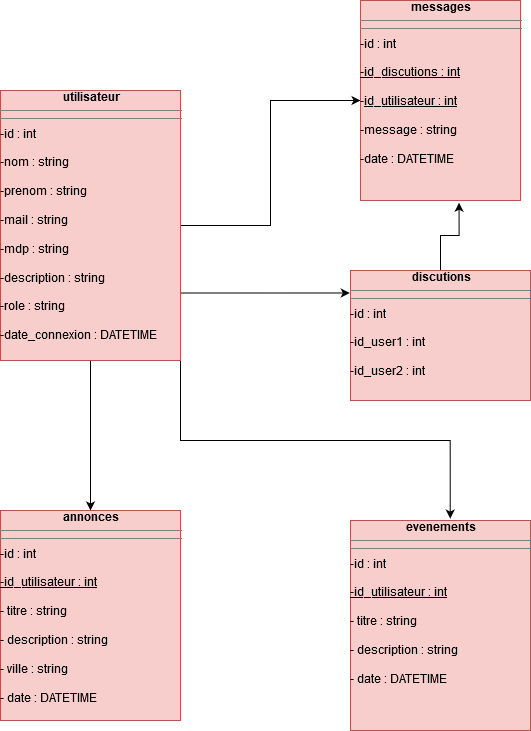
Before: Untitled Diagram.png, a diagram exported from draw.io (Amine372/site-lyc-e). Source tidied: cells renumbered, new cells last; positions are measured from the earlier drawing's top-left corner, leaving out a move shared by most shapes. Source of this version:
```xml
<mxGraphModel>
  <root>
    <mxCell id="0" />
    <mxCell id="1" parent="0" />
    <mxCell id="2" style="edgeStyle=orthogonalEdgeStyle;rounded=0;jettySize=auto;html=1;" parent="1" edge="1" source="6" target="7">
      <mxGeometry relative="1" as="geometry" />
    </mxCell>
    <mxCell id="3" style="edgeStyle=orthogonalEdgeStyle;rounded=0;jettySize=auto;html=1;exitX=1;exitY=0.75;exitDx=0;exitDy=0;entryX=-0.004;entryY=0.173;entryDx=0;entryDy=0;entryPerimeter=0;fontColor=#000000;" parent="1" edge="1" source="6" target="10">
      <mxGeometry relative="1" as="geometry" />
    </mxCell>
    <mxCell id="4" style="edgeStyle=orthogonalEdgeStyle;rounded=0;jettySize=auto;html=1;exitX=0.5;exitY=1;exitDx=0;exitDy=0;entryX=0.5;entryY=0;entryDx=0;entryDy=0;fontColor=#000000;" parent="1" edge="1" source="6" target="8">
      <mxGeometry relative="1" as="geometry" />
    </mxCell>
    <mxCell id="5" style="edgeStyle=orthogonalEdgeStyle;rounded=0;jettySize=auto;html=1;exitX=1;exitY=1;exitDx=0;exitDy=0;entryX=0.554;entryY=-0.009;entryDx=0;entryDy=0;entryPerimeter=0;fontColor=#000000;" parent="1" edge="1" source="6" target="11">
      <mxGeometry relative="1" as="geometry" />
    </mxCell>
    <mxCell id="6" value="&lt;div align=&quot;center&quot;&gt;&lt;b&gt;utilisateur&lt;/b&gt;&lt;/div&gt;&lt;hr size=&quot;1&quot;&gt;&lt;hr size=&quot;1&quot;&gt;&lt;div&gt;-id : int&lt;/div&gt;&lt;div&gt;&lt;br&gt;&lt;/div&gt;&lt;div&gt;-nom : string&lt;/div&gt;&lt;div&gt;&lt;br&gt;&lt;/div&gt;&lt;div&gt;-prenom : string&lt;/div&gt;&lt;div&gt;&lt;br&gt;&lt;/div&gt;&lt;div&gt;-mail : string&lt;/div&gt;&lt;div&gt;&lt;br&gt;&lt;/div&gt;&lt;div&gt;-mdp : string&lt;/div&gt;&lt;div&gt;&lt;br&gt;&lt;/div&gt;&lt;div&gt;-description : string&lt;/div&gt;&lt;div&gt;&lt;br&gt;&lt;/div&gt;&lt;div&gt;-role : string&lt;br&gt;&lt;/div&gt;&lt;div&gt;&lt;br&gt;&lt;/div&gt;&lt;div&gt;-date_connexion : DATETIME&lt;br&gt;&lt;/div&gt;&lt;div&gt;&lt;br&gt;&lt;/div&gt;&lt;div&gt;&lt;br&gt;&lt;/div&gt;" style="verticalAlign=top;align=left;overflow=fill;fontSize=12;fontFamily=Helvetica;html=1;fillColor=#f8cecc;strokeColor=#b85450;" parent="1" vertex="1">
      <mxGeometry y="90" width="180" height="270" as="geometry" />
    </mxCell>
    <mxCell id="7" value="&lt;div align=&quot;center&quot;&gt;&lt;b&gt;messages&lt;/b&gt;&lt;/div&gt;&lt;hr size=&quot;1&quot;&gt;&lt;hr size=&quot;1&quot;&gt;&lt;div&gt;-id : int&lt;/div&gt;&lt;div&gt;&lt;br&gt;&lt;/div&gt;&lt;div&gt;&lt;u&gt;-id_discutions : int&lt;/u&gt;&lt;br&gt;&lt;/div&gt;&lt;div&gt;&lt;br&gt;&lt;/div&gt;&lt;div&gt;-&lt;u&gt;id_utilisateur : int&lt;/u&gt;&lt;br&gt;&lt;/div&gt;&lt;div&gt;&lt;br&gt;&lt;/div&gt;&lt;div&gt;-message : string&lt;/div&gt;&lt;div&gt;&lt;br&gt;&lt;/div&gt;&lt;div&gt;-date : DATETIME&lt;/div&gt;&lt;div&gt;&lt;br&gt;&lt;/div&gt;&lt;div&gt;&lt;br&gt;&lt;/div&gt;" style="verticalAlign=top;align=left;overflow=fill;fontSize=12;fontFamily=Helvetica;html=1;fillColor=#f8cecc;strokeColor=#b85450;" parent="1" vertex="1">
      <mxGeometry x="360" width="160" height="200" as="geometry" />
    </mxCell>
    <mxCell id="8" value="&lt;div align=&quot;center&quot;&gt;&lt;b&gt;annonces&lt;/b&gt;&lt;/div&gt;&lt;hr size=&quot;1&quot;&gt;&lt;hr size=&quot;1&quot;&gt;&lt;div&gt;-id : int&lt;/div&gt;&lt;div&gt;&lt;br&gt;&lt;/div&gt;&lt;div&gt;&lt;u&gt;-id_utilisateur : int&lt;/u&gt;&lt;br&gt;&lt;/div&gt;&lt;div&gt;&lt;br&gt;&lt;/div&gt;&lt;div&gt;- titre : string&lt;br&gt;&lt;/div&gt;&lt;div&gt;&lt;br&gt;&lt;/div&gt;&lt;div&gt;- description : string&lt;/div&gt;&lt;div&gt;&lt;br&gt;&lt;/div&gt;&lt;div&gt;- ville : string&lt;br&gt;&lt;/div&gt;&lt;div&gt;&lt;br&gt;&lt;/div&gt;&lt;div&gt;- date : DATETIME&lt;br&gt;&lt;/div&gt;&lt;div&gt;&lt;br&gt;&lt;/div&gt;&lt;div&gt;&lt;br&gt;&lt;/div&gt;" style="verticalAlign=top;align=left;overflow=fill;fontSize=12;fontFamily=Helvetica;html=1;fillColor=#f8cecc;strokeColor=#b85450;" parent="1" vertex="1">
      <mxGeometry y="510" width="180" height="210" as="geometry" />
    </mxCell>
    <mxCell id="9" style="edgeStyle=orthogonalEdgeStyle;rounded=0;jettySize=auto;html=1;exitX=0.5;exitY=0;exitDx=0;exitDy=0;entryX=0.616;entryY=1.011;entryDx=0;entryDy=0;entryPerimeter=0;fontColor=#000000;" parent="1" edge="1" source="10" target="7">
      <mxGeometry relative="1" as="geometry" />
    </mxCell>
    <mxCell id="10" value="&lt;div align=&quot;center&quot;&gt;&lt;b&gt;discutions&lt;/b&gt;&lt;/div&gt;&lt;hr size=&quot;1&quot;&gt;&lt;hr size=&quot;1&quot;&gt;&lt;div&gt;-id : int&lt;br&gt;&lt;/div&gt;&lt;div&gt;&lt;br&gt;&lt;/div&gt;&lt;div&gt;-id_user1 : int&lt;br&gt;&lt;/div&gt;&lt;div&gt;&lt;br&gt;&lt;/div&gt;&lt;div&gt;-id_user2 : int&lt;u&gt;&lt;br&gt;&lt;/u&gt;&lt;/div&gt;&lt;div&gt;&lt;br&gt;&lt;/div&gt;&lt;div&gt;&lt;br&gt;&lt;/div&gt;&lt;div&gt;&lt;br&gt;&lt;/div&gt;&lt;div&gt;&lt;br&gt;&lt;/div&gt;" style="verticalAlign=top;align=left;overflow=fill;fontSize=12;fontFamily=Helvetica;html=1;fillColor=#f8cecc;strokeColor=#b85450;" parent="1" vertex="1">
      <mxGeometry x="350" y="270" width="180" height="130" as="geometry" />
    </mxCell>
    <mxCell id="11" value="&lt;div align=&quot;center&quot;&gt;&lt;b&gt;evenements&lt;/b&gt;&lt;/div&gt;&lt;hr size=&quot;1&quot;&gt;&lt;hr size=&quot;1&quot;&gt;&lt;div&gt;-id : int&lt;/div&gt;&lt;div&gt;&lt;br&gt;&lt;/div&gt;&lt;div&gt;&lt;u&gt;-id_utilisateur : int&lt;/u&gt;&lt;br&gt;&lt;/div&gt;&lt;div&gt;&lt;br&gt;&lt;/div&gt;&lt;div&gt;- titre : string&lt;br&gt;&lt;/div&gt;&lt;div&gt;&lt;br&gt;&lt;/div&gt;&lt;div&gt;- description : string&lt;/div&gt;&lt;div&gt;&lt;br&gt;&lt;/div&gt;&lt;div&gt;- date : DATETIME&lt;br&gt;&lt;/div&gt;&lt;div&gt;&lt;br&gt;&lt;/div&gt;&lt;div&gt;&lt;br&gt;&lt;/div&gt;" style="verticalAlign=top;align=left;overflow=fill;fontSize=12;fontFamily=Helvetica;html=1;fillColor=#f8cecc;strokeColor=#b85450;" parent="1" vertex="1">
      <mxGeometry x="350" y="520" width="180" height="210" as="geometry" />
    </mxCell>
  </root>
</mxGraphModel>
```
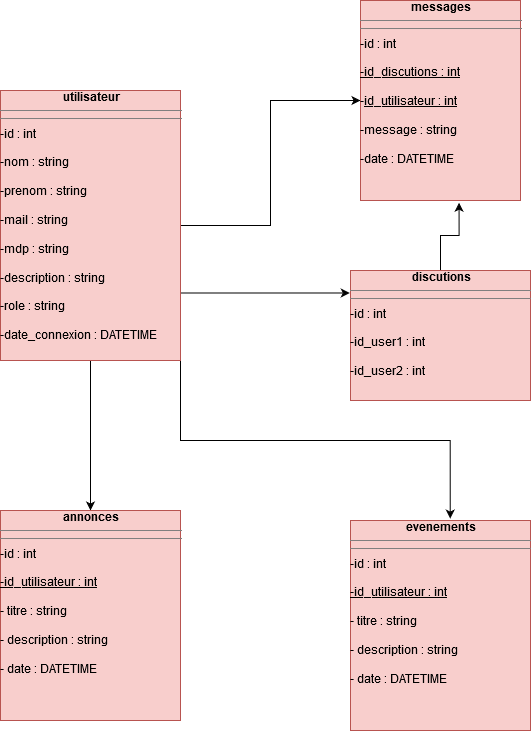
After the change.

Commit message:
UML à jour

Diff of the diagram source:
```diff
@@ -20,7 +20,7 @@
     <mxCell id="7" value="&lt;div align=&quot;center&quot;&gt;&lt;b&gt;messages&lt;/b&gt;&lt;/div&gt;&lt;hr size=&quot;1&quot;&gt;&lt;hr size=&quot;1&quot;&gt;&lt;div&gt;-id : int&lt;/div&gt;&lt;div&gt;&lt;br&gt;&lt;/div&gt;&lt;div&gt;&lt;u&gt;-id_discutions : int&lt;/u&gt;&lt;br&gt;&lt;/div&gt;&lt;div&gt;&lt;br&gt;&lt;/div&gt;&lt;div&gt;-&lt;u&gt;id_utilisateur : int&lt;/u&gt;&lt;br&gt;&lt;/div&gt;&lt;div&gt;&lt;br&gt;&lt;/div&gt;&lt;div&gt;-message : string&lt;/div&gt;&lt;div&gt;&lt;br&gt;&lt;/div&gt;&lt;div&gt;-date : DATETIME&lt;/div&gt;&lt;div&gt;&lt;br&gt;&lt;/div&gt;&lt;div&gt;&lt;br&gt;&lt;/div&gt;" style="verticalAlign=top;align=left;overflow=fill;fontSize=12;fontFamily=Helvetica;html=1;fillColor=#f8cecc;strokeColor=#b85450;" parent="1" vertex="1">
       <mxGeometry x="360" width="160" height="200" as="geometry" />
     </mxCell>
-    <mxCell id="8" value="&lt;div align=&quot;center&quot;&gt;&lt;b&gt;annonces&lt;/b&gt;&lt;/div&gt;&lt;hr size=&quot;1&quot;&gt;&lt;hr size=&quot;1&quot;&gt;&lt;div&gt;-id : int&lt;/div&gt;&lt;div&gt;&lt;br&gt;&lt;/div&gt;&lt;div&gt;&lt;u&gt;-id_utilisateur : int&lt;/u&gt;&lt;br&gt;&lt;/div&gt;&lt;div&gt;&lt;br&gt;&lt;/div&gt;&lt;div&gt;- titre : string&lt;br&gt;&lt;/div&gt;&lt;div&gt;&lt;br&gt;&lt;/div&gt;&lt;div&gt;- description : string&lt;/div&gt;&lt;div&gt;&lt;br&gt;&lt;/div&gt;&lt;div&gt;- ville : string&lt;br&gt;&lt;/div&gt;&lt;div&gt;&lt;br&gt;&lt;/div&gt;&lt;div&gt;- date : DATETIME&lt;br&gt;&lt;/div&gt;&lt;div&gt;&lt;br&gt;&lt;/div&gt;&lt;div&gt;&lt;br&gt;&lt;/div&gt;" style="verticalAlign=top;align=left;overflow=fill;fontSize=12;fontFamily=Helvetica;html=1;fillColor=#f8cecc;strokeColor=#b85450;" parent="1" vertex="1">
+    <mxCell id="8" value="&lt;div align=&quot;center&quot;&gt;&lt;b&gt;annonces&lt;/b&gt;&lt;/div&gt;&lt;hr size=&quot;1&quot;&gt;&lt;hr size=&quot;1&quot;&gt;&lt;div&gt;-id : int&lt;/div&gt;&lt;div&gt;&lt;br&gt;&lt;/div&gt;&lt;div&gt;&lt;u&gt;-id_utilisateur : int&lt;/u&gt;&lt;br&gt;&lt;/div&gt;&lt;div&gt;&lt;br&gt;&lt;/div&gt;&lt;div&gt;- titre : string&lt;br&gt;&lt;/div&gt;&lt;div&gt;&lt;br&gt;&lt;/div&gt;&lt;div&gt;- description : string&lt;/div&gt;&lt;div&gt;&lt;br&gt;&lt;/div&gt;&lt;div&gt;- date : DATETIME&lt;br&gt;&lt;/div&gt;&lt;div&gt;&lt;br&gt;&lt;/div&gt;&lt;div&gt;&lt;br&gt;&lt;/div&gt;" style="verticalAlign=top;align=left;overflow=fill;fontSize=12;fontFamily=Helvetica;html=1;fillColor=#f8cecc;strokeColor=#b85450;" parent="1" vertex="1">
       <mxGeometry y="510" width="180" height="210" as="geometry" />
     </mxCell>
     <mxCell id="9" style="edgeStyle=orthogonalEdgeStyle;rounded=0;jettySize=auto;html=1;exitX=0.5;exitY=0;exitDx=0;exitDy=0;entryX=0.616;entryY=1.011;entryDx=0;entryDy=0;entryPerimeter=0;fontColor=#000000;" parent="1" edge="1" source="10" target="7">
```
